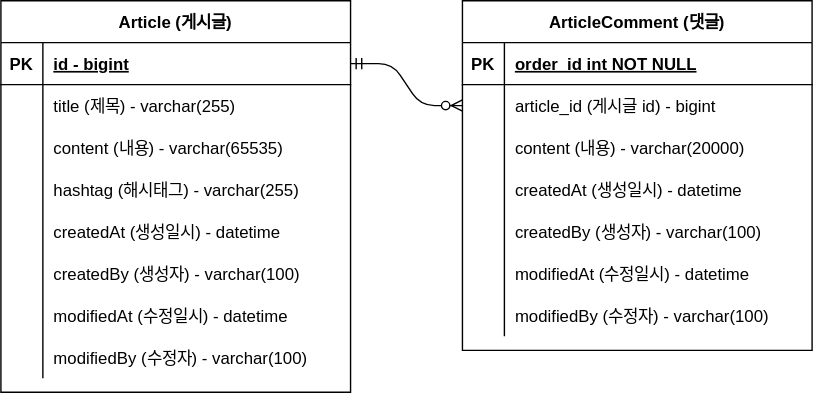
Before: document/게시판 서비스 ERD.svg, a diagram exported from draw.io (mvmthyun/fastcampus-pj-board). Source tidied: cells renumbered, new cells last; positions are measured from the earlier drawing's top-left corner, leaving out a move shared by most shapes.
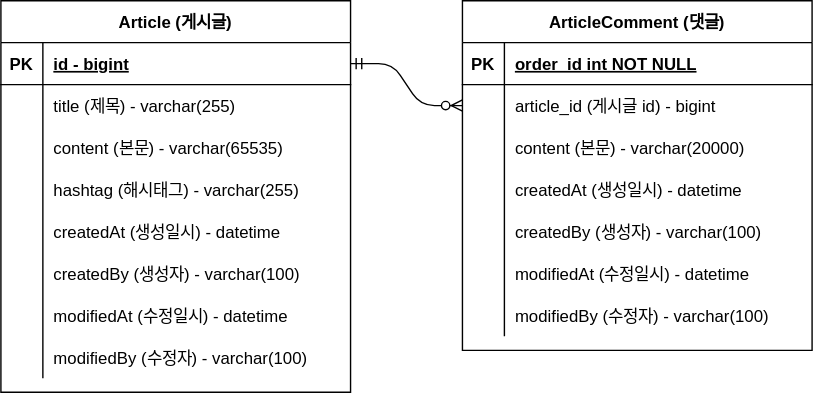
The same file after the commit.

Commit message:
#8 - ERD 주석 업데이트: 게시판 서비스 ERD.svg

The edit, as a diff of the source:
```diff
@@ -32,7 +32,7 @@
     <mxCell id="11" style="shape=partialRectangle;overflow=hidden;fillColor=none;top=0;left=0;bottom=0;right=0;" parent="10" vertex="1">
       <mxGeometry width="30" height="30" as="geometry" />
     </mxCell>
-    <mxCell id="12" value="content (내용) - varchar(20000)" style="shape=partialRectangle;overflow=hidden;fillColor=none;top=0;left=0;bottom=0;right=0;align=left;spacingLeft=6;" parent="10" vertex="1">
+    <mxCell id="12" value="content (본문) - varchar(20000)" style="shape=partialRectangle;overflow=hidden;fillColor=none;top=0;left=0;bottom=0;right=0;align=left;spacingLeft=6;" parent="10" vertex="1">
       <mxGeometry x="30" width="220" height="30" as="geometry" />
     </mxCell>
     <mxCell id="13" style="shape=partialRectangle;fillColor=none;top=0;left=0;right=0;bottom=0;" parent="3" vertex="1">
@@ -98,7 +98,7 @@
     <mxCell id="33" style="shape=partialRectangle;overflow=hidden;fillColor=none;top=0;left=0;bottom=0;right=0;" parent="32" vertex="1">
       <mxGeometry width="30" height="30" as="geometry" />
     </mxCell>
-    <mxCell id="34" value="content (내용) - varchar(65535)" style="shape=partialRectangle;overflow=hidden;fillColor=none;top=0;left=0;bottom=0;right=0;align=left;spacingLeft=6;" parent="32" vertex="1">
+    <mxCell id="34" value="content (본문) - varchar(65535)" style="shape=partialRectangle;overflow=hidden;fillColor=none;top=0;left=0;bottom=0;right=0;align=left;spacingLeft=6;" parent="32" vertex="1">
       <mxGeometry x="30" width="220" height="30" as="geometry" />
     </mxCell>
     <mxCell id="35" style="shape=partialRectangle;fillColor=none;top=0;left=0;right=0;bottom=0;" parent="25" vertex="1">
```
